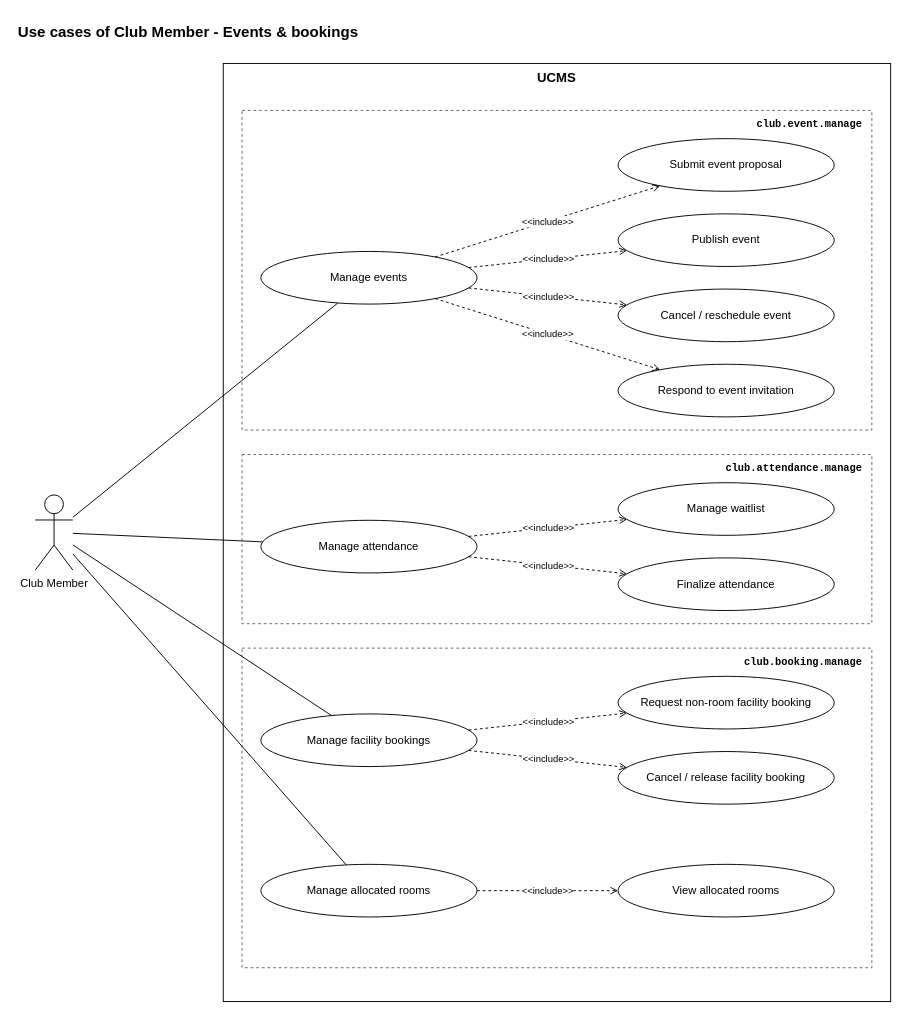
Before: page "Club Member 2 - Events & bookings" (5 of 9) of docs/03-diagrams/UCMS_UseCase_ByActor.drawio in nvdekay/ClubManagementSystem, a draw.io diagram. Source tidied: cells renumbered, new cells numbered last; positions are measured from the earlier drawing's top-left corner, leaving out a move shared by most shapes. Both pictures are drawn from the tidied source at 94%, with x=0, y=0 at pixel (16, 16).
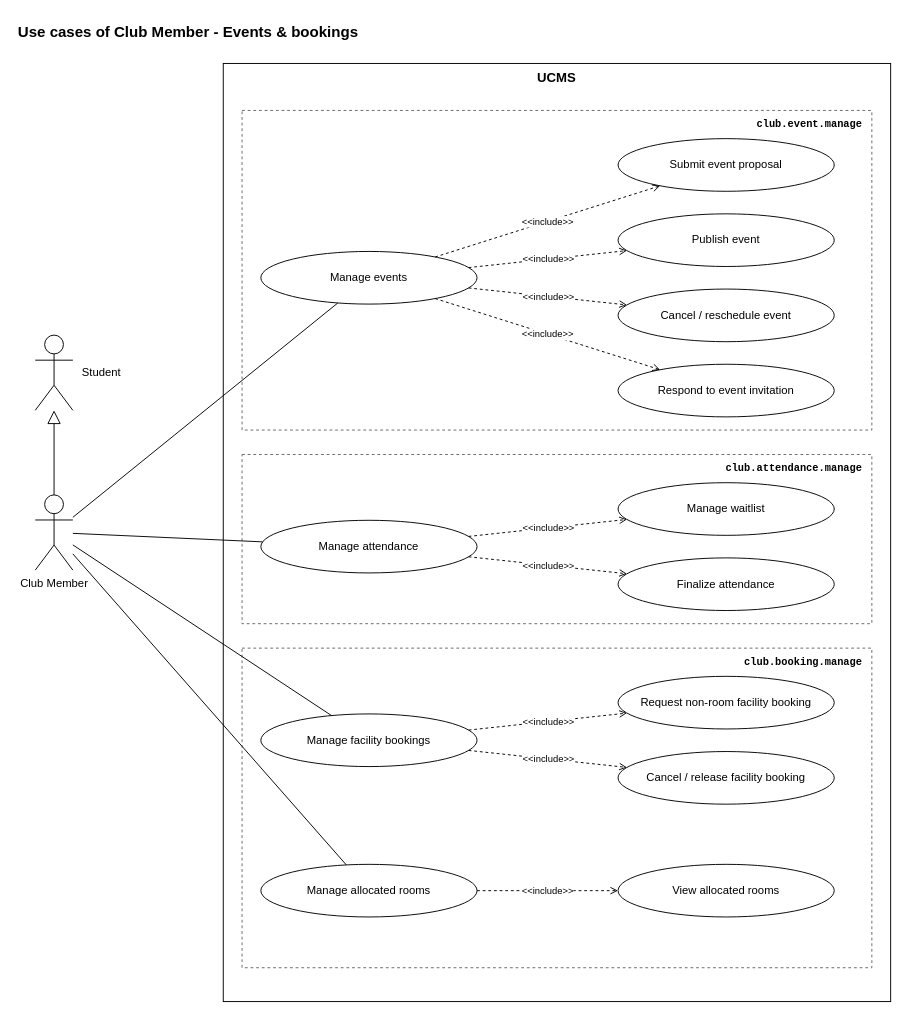
Above is the later version.

The change refers to these unchanged cells:
```xml
<mxCell id="4" value="Club Member" style="shape=umlActor;verticalLabelPosition=bottom;verticalAlign=top;html=1;outlineConnect=0;fillColor=#ffffff;strokeColor=#000000;" parent="1" vertex="1">
  <mxGeometry x="20" y="509" width="40" height="80" as="geometry" />
</mxCell>
```

What changed in the source:
```diff
@@
+    <mxCell id="34" value="Student" style="shape=umlActor;verticalLabelPosition=middle;verticalAlign=middle;labelPosition=right;align=left;spacingLeft=8;html=1;outlineConnect=0;fillColor=#ffffff;strokeColor=#000000;fontSize=12;" parent="1" vertex="1">
+      <mxGeometry x="20" y="339" width="40" height="80" as="geometry" />
+    </mxCell>
+    <mxCell id="35" style="endArrow=block;endFill=0;endSize=12;html=1;strokeColor=#000000;dashed=0;exitX=0.5;exitY=0;exitDx=0;exitDy=0;entryX=0.5;entryY=1;entryDx=0;entryDy=0;" parent="1" edge="1" source="4" target="34">
+      <mxGeometry relative="1" as="geometry" />
+    </mxCell>
```
